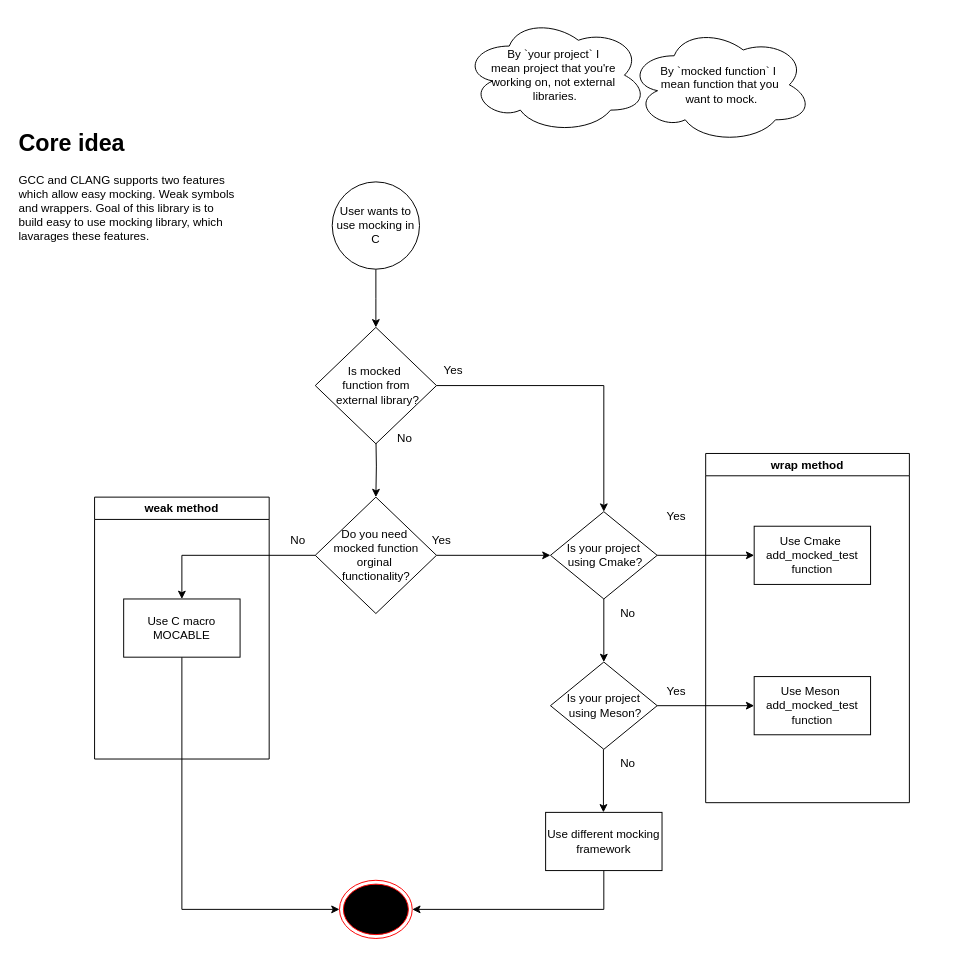
Earlier version of the draw.io diagram docs/c-minilib-mock-architecture.drawio (KubaTaba1uga/cdk_mock). Source tidied: cells renumbered, new cells numbered last; positions are measured from the earlier drawing's top-left corner, leaving out a move shared by most shapes. Both pictures are drawn from the tidied source at 97%, with x=0, y=0 at pixel (16, 16).
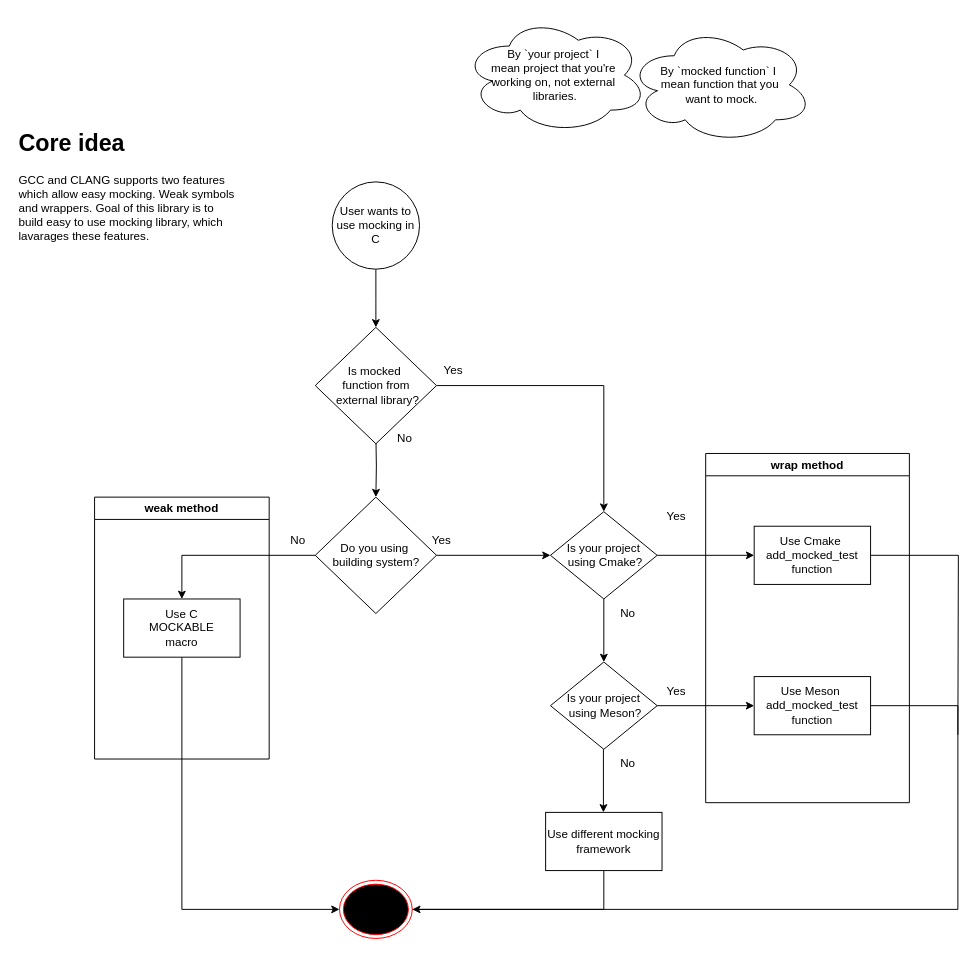
The same page after the edit.

Commit message (it also covers changes not shown here):
add MOCKABLE macro

The change refers to these unchanged cells:
```xml
<mxCell id="11" value="Use Cmake&amp;nbsp;&lt;br&gt;add_mocked_test&lt;div&gt;function&lt;/div&gt;" style="rounded=0;whiteSpace=wrap;html=1;" parent="1" vertex="1">
  <mxGeometry x="760" y="525" width="120" height="60" as="geometry" />
</mxCell>
<mxCell id="16" value="Use Meson&amp;nbsp;&lt;br&gt;add_mocked_test&lt;div&gt;function&lt;/div&gt;" style="rounded=0;whiteSpace=wrap;html=1;" parent="1" vertex="1">
  <mxGeometry x="760" y="680" width="120" height="60" as="geometry" />
</mxCell>
<mxCell id="23" style="ellipse;html=1;shape=endState;fillColor=#000000;strokeColor=#ff0000;" parent="1" vertex="1">
  <mxGeometry x="332.5" y="890" width="75" height="60" as="geometry" />
</mxCell>
```

Change to the diagram source:
```diff
@@
+    <mxCell id="36" style="edgeStyle=orthogonalEdgeStyle;rounded=0;jettySize=auto;html=1;endArrow=none;startFill=0;" parent="1" edge="1" source="11">
+      <mxGeometry relative="1" as="geometry">
+        <mxPoint x="970" y="740" as="targetPoint" />
+      </mxGeometry>
+    </mxCell>
@@
+    <mxCell id="37" style="edgeStyle=orthogonalEdgeStyle;rounded=0;jettySize=auto;html=1;entryX=1;entryY=0.5;entryDx=0;entryDy=0;endArrow=none;startFill=0;" parent="1" edge="1" source="16" target="23">
+      <mxGeometry relative="1" as="geometry">
+        <Array as="points">
+          <mxPoint x="970" y="710" />
+          <mxPoint x="970" y="920" />
+        </Array>
+      </mxGeometry>
+    </mxCell>
@@
-    <mxCell id="27" value="Do you need&amp;nbsp;&lt;div&gt;mocked function&lt;/div&gt;&lt;div&gt;&lt;span style=&quot;background-color: transparent; color: light-dark(rgb(0, 0, 0), rgb(255, 255, 255));&quot;&gt;orginal&amp;nbsp;&lt;/span&gt;&lt;/div&gt;&lt;div&gt;&lt;span style=&quot;background-color: transparent; color: light-dark(rgb(0, 0, 0), rgb(255, 255, 255));&quot;&gt;functionality?&lt;/span&gt;&lt;/div&gt;" style="rhombus;whiteSpace=wrap;html=1;" parent="1" vertex="1">
+    <mxCell id="27" value="Do you using&amp;nbsp;&lt;div&gt;building system&lt;span style=&quot;background-color: transparent; color: light-dark(rgb(0, 0, 0), rgb(255, 255, 255));&quot;&gt;?&lt;/span&gt;&lt;/div&gt;" style="rhombus;whiteSpace=wrap;html=1;" parent="1" vertex="1">
       <mxGeometry x="307.5" y="495" width="125" height="120" as="geometry" />
     </mxCell>
@@
-    <mxCell id="32" value="Use C macro&lt;br&gt;MOCABLE" style="rounded=0;whiteSpace=wrap;html=1;" parent="1" vertex="1">
+    <mxCell id="32" value="Use C&lt;br&gt;MOCKABLE&lt;br&gt;macro" style="rounded=0;whiteSpace=wrap;html=1;" parent="1" vertex="1">
       <mxGeometry x="110" y="600" width="120" height="60" as="geometry" />
     </mxCell>
```
